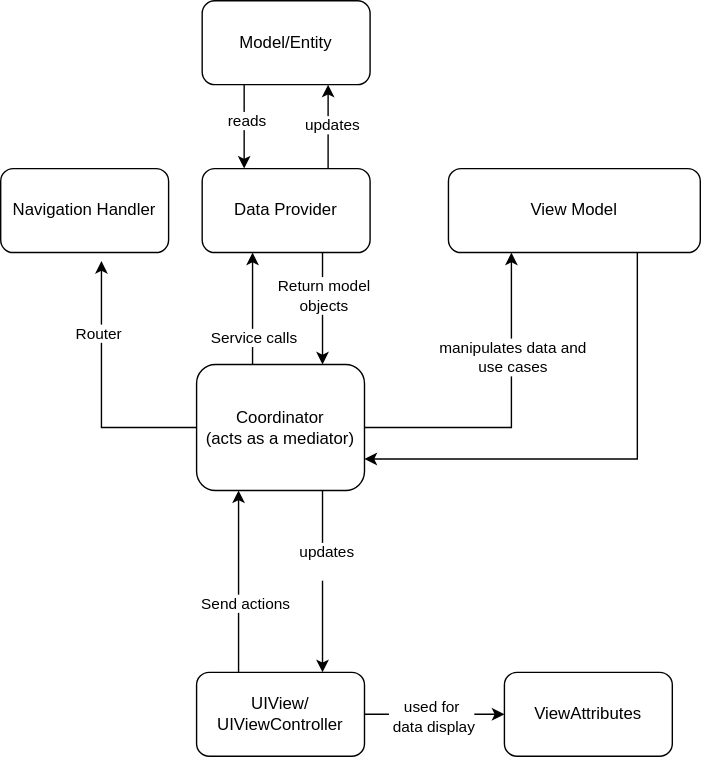
Above: Architecture.drawio.svg in iteshdutt/PremierLeague (draw.io), before the change. Source tidied: cells renumbered, new cells last; positions are measured from the earlier drawing's top-left corner, leaving out a move shared by most shapes. The source it was exported from:
```xml
<mxGraphModel>
  <root>
    <mxCell id="0" />
    <mxCell id="1" parent="0" />
    <mxCell id="2" style="edgeStyle=orthogonalEdgeStyle;rounded=0;jettySize=auto;html=1;exitX=0.25;exitY=0;exitDx=0;exitDy=0;entryX=0.25;entryY=1;entryDx=0;entryDy=0;" parent="1" edge="1" source="6" target="15">
      <mxGeometry relative="1" as="geometry" />
    </mxCell>
    <mxCell id="3" value="&lt;div&gt;Send actions&lt;/div&gt;" style="edgeLabel;html=1;align=center;verticalAlign=middle;" parent="2" vertex="1">
      <mxGeometry x="-0.12" y="-4" relative="1" as="geometry">
        <mxPoint y="7" as="offset" />
      </mxGeometry>
    </mxCell>
    <mxCell id="4" style="edgeStyle=orthogonalEdgeStyle;rounded=0;jettySize=auto;html=1;exitX=1;exitY=0.5;exitDx=0;exitDy=0;entryX=0;entryY=0.5;entryDx=0;entryDy=0;" parent="1" edge="1" source="6" target="24">
      <mxGeometry relative="1" as="geometry" />
    </mxCell>
    <mxCell id="5" value="&lt;div&gt;used for&lt;/div&gt;&lt;div&gt;&amp;nbsp;data display&lt;/div&gt;" style="edgeLabel;html=1;align=center;verticalAlign=middle;" parent="4" vertex="1">
      <mxGeometry x="-0.06" y="-1" relative="1" as="geometry" />
    </mxCell>
    <mxCell id="6" value="&lt;div&gt;UIView/&lt;br&gt;UIViewController&lt;/div&gt;" style="rounded=1;whiteSpace=wrap;html=1;" parent="1" vertex="1">
      <mxGeometry x="140" y="480" width="120" height="60" as="geometry" />
    </mxCell>
    <mxCell id="7" style="edgeStyle=orthogonalEdgeStyle;rounded=0;jettySize=auto;html=1;" parent="1" edge="1" source="15" target="22">
      <mxGeometry relative="1" as="geometry">
        <Array as="points">
          <mxPoint x="180" y="200" />
          <mxPoint x="180" y="200" />
        </Array>
      </mxGeometry>
    </mxCell>
    <mxCell id="8" value="&lt;div&gt;Service calls&lt;/div&gt;" style="edgeLabel;html=1;align=center;verticalAlign=middle;" parent="7" vertex="1">
      <mxGeometry x="0.17" y="-2" relative="1" as="geometry">
        <mxPoint x="-2" y="27" as="offset" />
      </mxGeometry>
    </mxCell>
    <mxCell id="9" style="edgeStyle=orthogonalEdgeStyle;rounded=0;jettySize=auto;html=1;entryX=0.6;entryY=1.1;entryDx=0;entryDy=0;entryPerimeter=0;" parent="1" edge="1" source="15" target="23">
      <mxGeometry relative="1" as="geometry" />
    </mxCell>
    <mxCell id="10" value="Router" style="edgeLabel;html=1;align=center;verticalAlign=middle;" parent="9" vertex="1">
      <mxGeometry x="0.45" y="3" relative="1" as="geometry" />
    </mxCell>
    <mxCell id="11" style="edgeStyle=orthogonalEdgeStyle;rounded=0;jettySize=auto;html=1;entryX=0.25;entryY=1;entryDx=0;entryDy=0;" parent="1" edge="1" source="15" target="17">
      <mxGeometry relative="1" as="geometry" />
    </mxCell>
    <mxCell id="12" value="&lt;div&gt;manipulates data and&lt;/div&gt;&lt;div&gt;use cases&lt;/div&gt;" style="edgeLabel;html=1;align=center;verticalAlign=middle;" parent="11" vertex="1">
      <mxGeometry x="0.35" relative="1" as="geometry" />
    </mxCell>
    <mxCell id="13" style="edgeStyle=orthogonalEdgeStyle;rounded=0;jettySize=auto;html=1;exitX=0.75;exitY=1;exitDx=0;exitDy=0;entryX=0.75;entryY=0;entryDx=0;entryDy=0;" parent="1" edge="1" source="15" target="6">
      <mxGeometry relative="1" as="geometry" />
    </mxCell>
    <mxCell id="14" value="&lt;div&gt;updates&lt;/div&gt;&lt;div&gt;&lt;br&gt;&lt;/div&gt;" style="edgeLabel;html=1;align=center;verticalAlign=middle;" parent="13" vertex="1">
      <mxGeometry x="0.2" y="2" relative="1" as="geometry">
        <mxPoint y="-28" as="offset" />
      </mxGeometry>
    </mxCell>
    <mxCell id="15" value="&lt;div&gt;Coordinator&lt;/div&gt;(acts as a mediator)" style="rounded=1;whiteSpace=wrap;html=1;" parent="1" vertex="1">
      <mxGeometry x="140" y="260" width="120" height="90" as="geometry" />
    </mxCell>
    <mxCell id="16" style="edgeStyle=orthogonalEdgeStyle;rounded=0;jettySize=auto;html=1;exitX=0.75;exitY=1;exitDx=0;exitDy=0;entryX=1;entryY=0.75;entryDx=0;entryDy=0;" parent="1" edge="1" source="17" target="15">
      <mxGeometry relative="1" as="geometry" />
    </mxCell>
    <mxCell id="17" value="View Model" style="rounded=1;whiteSpace=wrap;html=1;" parent="1" vertex="1">
      <mxGeometry x="320" y="120" width="180" height="60" as="geometry" />
    </mxCell>
    <mxCell id="18" style="edgeStyle=orthogonalEdgeStyle;rounded=0;jettySize=auto;html=1;entryX=0.75;entryY=0;entryDx=0;entryDy=0;" parent="1" edge="1" source="22" target="15">
      <mxGeometry relative="1" as="geometry">
        <Array as="points">
          <mxPoint x="230" y="200" />
          <mxPoint x="230" y="200" />
        </Array>
      </mxGeometry>
    </mxCell>
    <mxCell id="19" value="&lt;div&gt;Return model&lt;/div&gt;&lt;div&gt;objects&lt;/div&gt;" style="edgeLabel;html=1;align=center;verticalAlign=middle;" parent="18" vertex="1">
      <mxGeometry x="0.12" relative="1" as="geometry">
        <mxPoint y="-15" as="offset" />
      </mxGeometry>
    </mxCell>
    <mxCell id="20" style="edgeStyle=orthogonalEdgeStyle;rounded=0;jettySize=auto;html=1;exitX=0.75;exitY=0;exitDx=0;exitDy=0;entryX=0.75;entryY=1;entryDx=0;entryDy=0;" parent="1" edge="1" source="22" target="27">
      <mxGeometry relative="1" as="geometry" />
    </mxCell>
    <mxCell id="21" value="&lt;div&gt;updates&lt;/div&gt;" style="edgeLabel;html=1;align=center;verticalAlign=middle;" parent="20" vertex="1">
      <mxGeometry x="0.07" y="-2" relative="1" as="geometry" />
    </mxCell>
    <mxCell id="22" value="Data Provider" style="rounded=1;whiteSpace=wrap;html=1;" parent="1" vertex="1">
      <mxGeometry x="144" y="120" width="120" height="60" as="geometry" />
    </mxCell>
    <mxCell id="23" value="Navigation Handler" style="rounded=1;whiteSpace=wrap;html=1;" parent="1" vertex="1">
      <mxGeometry y="120" width="120" height="60" as="geometry" />
    </mxCell>
    <mxCell id="24" value="&lt;div&gt;ViewAttributes&lt;/div&gt;" style="rounded=1;whiteSpace=wrap;html=1;" parent="1" vertex="1">
      <mxGeometry x="360" y="480" width="120" height="60" as="geometry" />
    </mxCell>
    <mxCell id="25" style="edgeStyle=orthogonalEdgeStyle;rounded=0;jettySize=auto;html=1;exitX=0.25;exitY=1;exitDx=0;exitDy=0;entryX=0.25;entryY=0;entryDx=0;entryDy=0;" parent="1" edge="1" source="27" target="22">
      <mxGeometry relative="1" as="geometry" />
    </mxCell>
    <mxCell id="26" value="&lt;div&gt;reads&lt;/div&gt;" style="edgeLabel;html=1;align=center;verticalAlign=middle;" parent="25" vertex="1">
      <mxGeometry x="-0.17" y="1" relative="1" as="geometry" />
    </mxCell>
    <mxCell id="27" value="&lt;div&gt;Model/Entity&lt;/div&gt;" style="rounded=1;whiteSpace=wrap;html=1;" parent="1" vertex="1">
      <mxGeometry x="144" width="120" height="60" as="geometry" />
    </mxCell>
  </root>
</mxGraphModel>
```
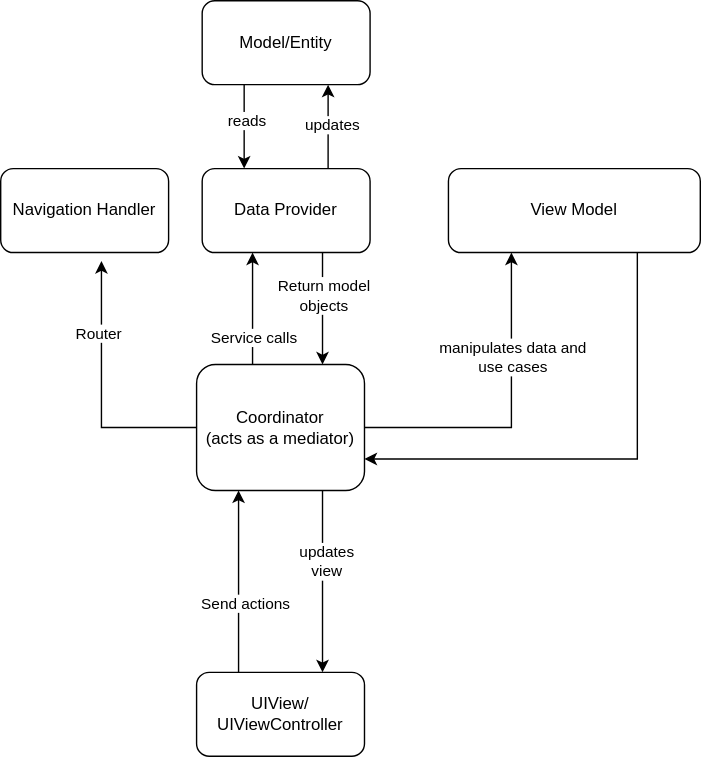
After the change.

Diff of the diagram source:
```diff
@@ -10,12 +10,6 @@
         <mxPoint y="7" as="offset" />
       </mxGeometry>
     </mxCell>
-    <mxCell id="4" style="edgeStyle=orthogonalEdgeStyle;rounded=0;jettySize=auto;html=1;exitX=1;exitY=0.5;exitDx=0;exitDy=0;entryX=0;entryY=0.5;entryDx=0;entryDy=0;" parent="1" edge="1" source="6" target="24">
-      <mxGeometry relative="1" as="geometry" />
-    </mxCell>
-    <mxCell id="5" value="&lt;div&gt;used for&lt;/div&gt;&lt;div&gt;&amp;nbsp;data display&lt;/div&gt;" style="edgeLabel;html=1;align=center;verticalAlign=middle;" parent="4" vertex="1">
-      <mxGeometry x="-0.06" y="-1" relative="1" as="geometry" />
-    </mxCell>
     <mxCell id="6" value="&lt;div&gt;UIView/&lt;br&gt;UIViewController&lt;/div&gt;" style="rounded=1;whiteSpace=wrap;html=1;" parent="1" vertex="1">
       <mxGeometry x="140" y="480" width="120" height="60" as="geometry" />
     </mxCell>
@@ -47,7 +41,7 @@
     <mxCell id="13" style="edgeStyle=orthogonalEdgeStyle;rounded=0;jettySize=auto;html=1;exitX=0.75;exitY=1;exitDx=0;exitDy=0;entryX=0.75;entryY=0;entryDx=0;entryDy=0;" parent="1" edge="1" source="15" target="6">
       <mxGeometry relative="1" as="geometry" />
     </mxCell>
-    <mxCell id="14" value="&lt;div&gt;updates&lt;/div&gt;&lt;div&gt;&lt;br&gt;&lt;/div&gt;" style="edgeLabel;html=1;align=center;verticalAlign=middle;" parent="13" vertex="1">
+    <mxCell id="14" value="&lt;div&gt;updates&lt;/div&gt;&lt;div&gt;view&lt;br&gt;&lt;/div&gt;" style="edgeLabel;html=1;align=center;verticalAlign=middle;" parent="13" vertex="1">
       <mxGeometry x="0.2" y="2" relative="1" as="geometry">
         <mxPoint y="-28" as="offset" />
       </mxGeometry>
@@ -86,9 +80,6 @@
     <mxCell id="23" value="Navigation Handler" style="rounded=1;whiteSpace=wrap;html=1;" parent="1" vertex="1">
       <mxGeometry y="120" width="120" height="60" as="geometry" />
     </mxCell>
-    <mxCell id="24" value="&lt;div&gt;ViewAttributes&lt;/div&gt;" style="rounded=1;whiteSpace=wrap;html=1;" parent="1" vertex="1">
-      <mxGeometry x="360" y="480" width="120" height="60" as="geometry" />
-    </mxCell>
     <mxCell id="25" style="edgeStyle=orthogonalEdgeStyle;rounded=0;jettySize=auto;html=1;exitX=0.25;exitY=1;exitDx=0;exitDy=0;entryX=0.25;entryY=0;entryDx=0;entryDy=0;" parent="1" edge="1" source="27" target="22">
       <mxGeometry relative="1" as="geometry" />
     </mxCell>
```
